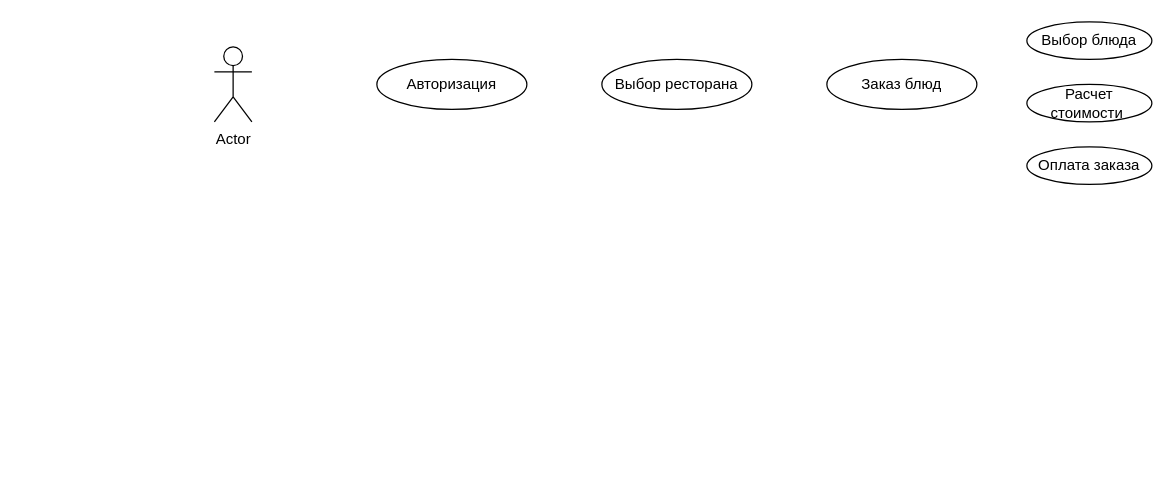
This is Доставка еды.drawio from DeVarl1/Asshole-delivery, a draw.io file, before an edit. Source tidied: cells renumbered, new cells numbered last; positions are measured from the earlier drawing's top-left corner, leaving out a move shared by most shapes. Both pictures are drawn from the tidied source at 125%, with x=0, y=0 at pixel (214, 21).
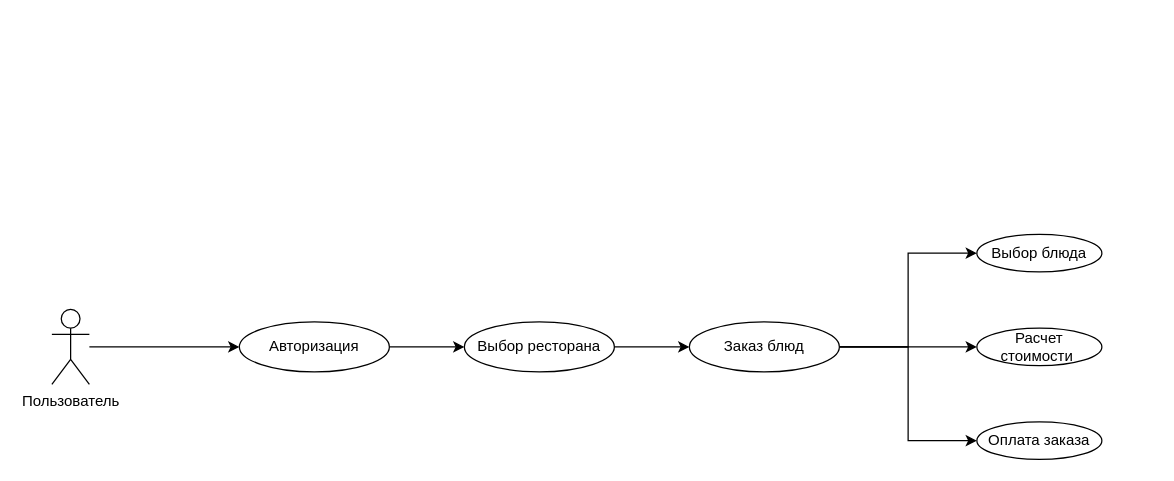
The same page after the edit.

The edit, as a diff of the source:
```diff
@@
 <mxGraphModel>
   <root>
     <mxCell id="0" />
     <mxCell id="1" parent="0" />
+    <mxCell id="9" style="edgeStyle=orthogonalEdgeStyle;rounded=0;jettySize=auto;html=1;" parent="1" edge="1" source="2" target="3">
+      <mxGeometry relative="1" as="geometry" />
+    </mxCell>
-    <mxCell id="2" value="Actor" style="shape=umlActor;verticalLabelPosition=bottom;verticalAlign=top;html=1;" parent="1" vertex="1">
-      <mxGeometry y="20" width="30" height="60" as="geometry" />
+    <mxCell id="2" value="Пользователь&lt;div&gt;&lt;br&gt;&lt;/div&gt;" style="shape=umlActor;verticalLabelPosition=bottom;verticalAlign=top;html=1;" parent="1" vertex="1">
+      <mxGeometry x="-130" y="230" width="30" height="60" as="geometry" />
     </mxCell>
+    <mxCell id="10" style="edgeStyle=orthogonalEdgeStyle;rounded=0;jettySize=auto;html=1;" parent="1" edge="1" source="3" target="4">
+      <mxGeometry relative="1" as="geometry" />
+    </mxCell>
     <mxCell id="3" value="Авторизация" style="ellipse;whiteSpace=wrap;html=1;" parent="1" vertex="1">
-      <mxGeometry x="130" y="30" width="120" height="40" as="geometry" />
+      <mxGeometry x="20" y="240" width="120" height="40" as="geometry" />
     </mxCell>
+    <mxCell id="11" style="edgeStyle=orthogonalEdgeStyle;rounded=0;jettySize=auto;html=1;" parent="1" edge="1" source="4" target="6">
+      <mxGeometry relative="1" as="geometry" />
+    </mxCell>
     <mxCell id="4" value="Выбор ресторана" style="ellipse;whiteSpace=wrap;html=1;" parent="1" vertex="1">
-      <mxGeometry x="310" y="30" width="120" height="40" as="geometry" />
+      <mxGeometry x="200" y="240" width="120" height="40" as="geometry" />
     </mxCell>
     <mxCell id="5" value="Выбор блюда" style="ellipse;whiteSpace=wrap;html=1;" parent="1" vertex="1">
-      <mxGeometry x="650" width="100" height="30" as="geometry" />
+      <mxGeometry x="610" y="170" width="100" height="30" as="geometry" />
     </mxCell>
+    <mxCell id="12" style="edgeStyle=orthogonalEdgeStyle;rounded=0;jettySize=auto;html=1;" parent="1" edge="1" source="6" target="7">
+      <mxGeometry relative="1" as="geometry" />
+    </mxCell>
+    <mxCell id="13" style="edgeStyle=orthogonalEdgeStyle;rounded=0;jettySize=auto;html=1;entryX=0;entryY=0.5;entryDx=0;entryDy=0;" parent="1" edge="1" source="6" target="5">
+      <mxGeometry relative="1" as="geometry" />
+    </mxCell>
+    <mxCell id="14" style="edgeStyle=orthogonalEdgeStyle;rounded=0;jettySize=auto;html=1;entryX=0;entryY=0.5;entryDx=0;entryDy=0;" parent="1" edge="1" source="6" target="8">
+      <mxGeometry relative="1" as="geometry" />
+    </mxCell>
     <mxCell id="6" value="Заказ блюд" style="ellipse;whiteSpace=wrap;html=1;" parent="1" vertex="1">
-      <mxGeometry x="490" y="30" width="120" height="40" as="geometry" />
+      <mxGeometry x="380" y="240" width="120" height="40" as="geometry" />
     </mxCell>
     <mxCell id="7" value="Расчет стоимости&amp;nbsp;&lt;span style=&quot;color: rgba(0, 0, 0, 0); font-family: monospace; font-size: 0px; text-align: start; text-wrap: nowrap;&quot;&gt;%3CmxGraphModel%3E%3Croot%3E%3CmxCell%20id%3D%220%22%2F%3E%3CmxCell%20id%3D%221%22%20parent%3D%220%22%2F%3E%3CmxCell%20id%3D%222%22%20value%3D%22%26lt%3Bfont%20style%3D%26quot%3Bvertical-align%3A%20inherit%3B%26quot%3B%26 gt%3B%26lt%3Bшрифт%20стиль%3D%26quot%3Bвертикальное-выравнивание%3A%20унаследовать%3B%26quot%3B%26gt%3B%26lt%3Bшрифт%20стиль%3D%26quot%3Bвертикальное-выравнивание%3A%20унаследовать%3B%26quot%3B%26gt%3B%26lt%3Bшрифт%20стиль%3D%26quot%3Bвертикальное-выравнивание%3A%20in наследует%3B%26quot%3B%26gt%3B%D0%92%D1%8B%D0%B1%D0%BE%D1%80%20%D0%B1%D0%BB%D1%8E%D0%B4%D0%B0%26lt%3B%2Fшрифт%26gt%3B%26lt%3B%2Fшрифт%26gt%3B%26lt%3B%2Fшрифт%26gt%3B%26lt%3B%2Fшрифт%26gt%3B%22%20стиль%3D%22эллипс%3BбелыйПробел%3Dw rap%3Bhtml%3D1%3B%22%20vertex%3D%221%22%20parent%3D%221%22%3E%3CmxGeometry%20x%3D%22690%22%20y%3D%2210%22%20width%3D%22100%22%20height%3D%2230%22%20as%3D%22geometry%22%2F%3E%3C%2FmxCell%3E%3C%2Froot%3E%3C%2FmxGraphModel%3E&lt;/span&gt;" style="ellipse;whiteSpace=wrap;html=1;" parent="1" vertex="1">
-      <mxGeometry x="650" y="50" width="100" height="30" as="geometry" />
+      <mxGeometry x="610" y="245" width="100" height="30" as="geometry" />
     </mxCell>
     <mxCell id="8" value="Оплата заказа" style="ellipse;whiteSpace=wrap;html=1;" parent="1" vertex="1">
-      <mxGeometry x="650" y="100" width="100" height="30" as="geometry" />
+      <mxGeometry x="610" y="320" width="100" height="30" as="geometry" />
     </mxCell>
   </root>
 </mxGraphModel>
```
